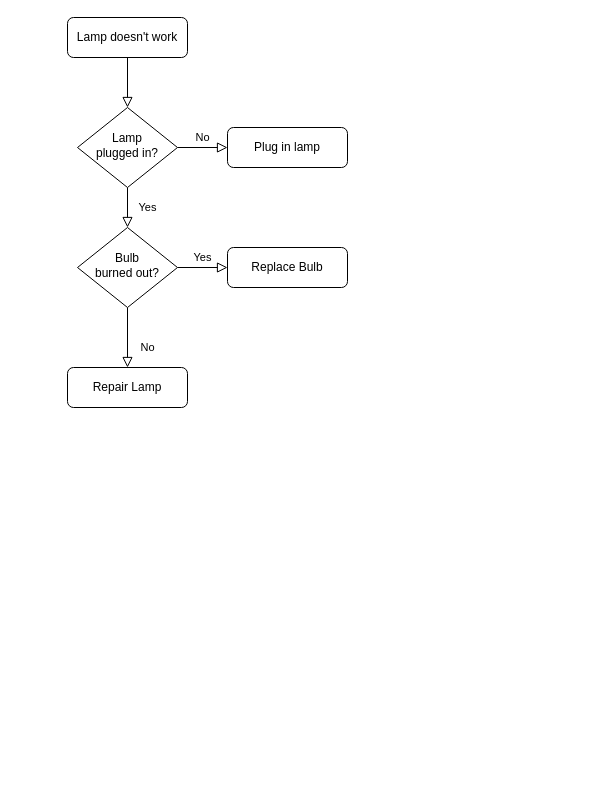
Above: Untitled Diagram.drawio in yuradmytriev/data-structure (draw.io), before the change. Source tidied: cells renumbered, new cells numbered last; positions are measured from the earlier drawing's top-left corner, leaving out a move shared by most shapes. Both pictures are drawn from the tidied source at 100%, with x=0, y=0 at pixel (67, 17).
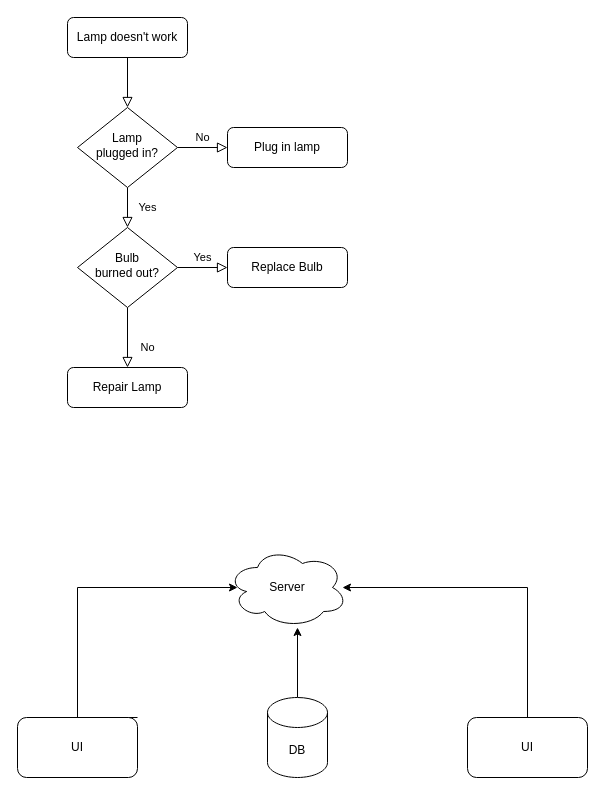
After the change.

What changed in the source:
```diff
@@
+    <mxCell id="13" style="edgeStyle=orthogonalEdgeStyle;rounded=0;orthogonalLoop=1;jettySize=auto;html=1;" parent="1" edge="1">
+      <mxGeometry relative="1" as="geometry">
+        <mxPoint x="70" y="700" as="sourcePoint" />
+        <mxPoint x="170" y="570" as="targetPoint" />
+        <Array as="points">
+          <mxPoint x="10" y="700" />
+          <mxPoint x="10" y="570" />
+        </Array>
+      </mxGeometry>
+    </mxCell>
+    <mxCell id="14" value="UI" style="rounded=1;whiteSpace=wrap;html=1;" parent="1" vertex="1">
+      <mxGeometry x="-50" y="700" width="120" height="60" as="geometry" />
+    </mxCell>
+    <mxCell id="15" value="Server" style="ellipse;shape=cloud;whiteSpace=wrap;html=1;" parent="1" vertex="1">
+      <mxGeometry x="160" y="530" width="120" height="80" as="geometry" />
+    </mxCell>
+    <mxCell id="16" style="edgeStyle=orthogonalEdgeStyle;rounded=0;jettySize=auto;html=1;" parent="1" edge="1" source="17">
+      <mxGeometry relative="1" as="geometry">
+        <mxPoint x="230" y="610" as="targetPoint" />
+      </mxGeometry>
+    </mxCell>
+    <mxCell id="17" value="DB" style="shape=cylinder3;whiteSpace=wrap;html=1;boundedLbl=1;backgroundOutline=1;size=15;" parent="1" vertex="1">
+      <mxGeometry x="200" y="680" width="60" height="80" as="geometry" />
+    </mxCell>
+    <mxCell id="18" style="edgeStyle=orthogonalEdgeStyle;rounded=0;jettySize=auto;html=1;entryX=0.875;entryY=0.5;entryDx=0;entryDy=0;entryPerimeter=0;" parent="1" edge="1" source="19">
+      <mxGeometry relative="1" as="geometry">
+        <mxPoint x="275" y="570" as="targetPoint" />
+        <Array as="points">
+          <mxPoint x="460" y="570" />
+        </Array>
+      </mxGeometry>
+    </mxCell>
+    <mxCell id="19" value="UI" style="rounded=1;whiteSpace=wrap;html=1;" parent="1" vertex="1">
+      <mxGeometry x="400" y="700" width="120" height="60" as="geometry" />
+    </mxCell>
```
